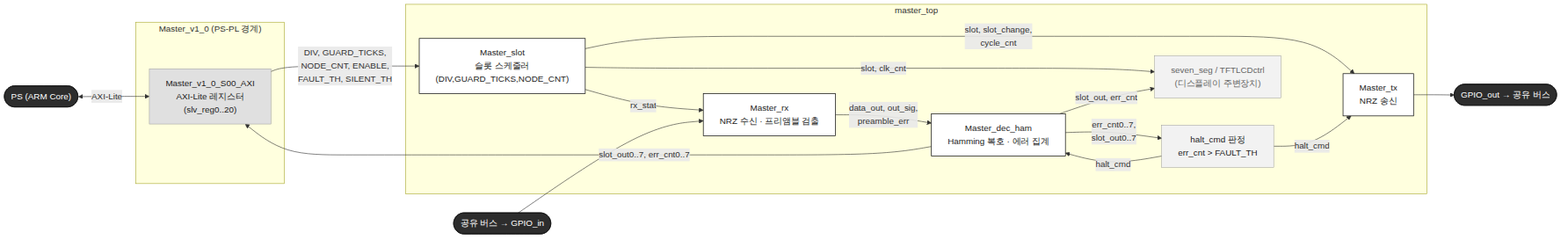
The Mermaid diagram diagrams/master_block.png in Woodong02/SoC_Design_and_Programming, before a commit. Its source is kept beside it as diagrams/master_block.mmd.
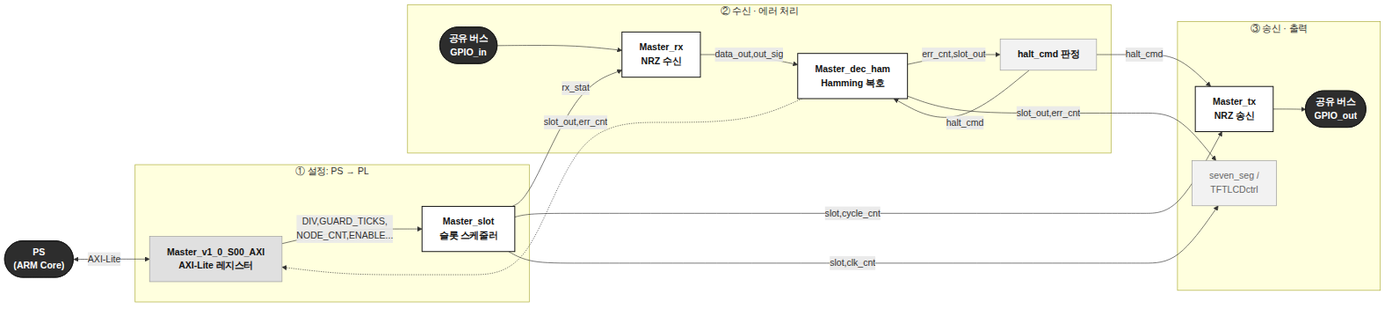
After the commit.

Commit message:
마스터 블록도 글자 크기 확대 및 레이아웃 정리 (4.5:1)

The edit, as a diff of the source:
```diff
@@ -1,42 +1,44 @@
+%%{init: {'themeVariables': {'fontSize': '26px'}}, 'flowchart': {'nodeSpacing': 40, 'rankSpacing': 60}}%%
 flowchart LR
-    PS(["PS (ARM Core)"]):::io
+    PS(["PS<br/>(ARM Core)"]):::io
 
-    subgraph V1 ["Master_v1_0 (PS-PL 경계)"]
+    subgraph STAGE1 ["① 설정: PS → PL"]
         direction TB
-        AXIREG["Master_v1_0_S00_AXI<br/>AXI-Lite 레지스터<br/>(slv_reg0..20)"]:::axi
+        AXIREG["Master_v1_0_S00_AXI<br/>AXI-Lite 레지스터"]:::axi
+        SLOT["Master_slot<br/>슬롯 스케줄러"]:::core
+        AXIREG -->|"DIV,GUARD_TICKS,<br/>NODE_CNT,ENABLE..."| SLOT
     end
 
-    subgraph TOP ["master_top"]
+    subgraph STAGE2 ["② 수신 · 에러 처리"]
         direction TB
-        SLOT["Master_slot<br/>슬롯 스케줄러<br/>(DIV,GUARD_TICKS,NODE_CNT)"]:::core
-        TX["Master_tx<br/>NRZ 송신"]:::core
-        RX["Master_rx<br/>NRZ 수신 · 프리앰블 검출"]:::core
-        DEC["Master_dec_ham<br/>Hamming 복호 · 에러 집계"]:::core
-        HALT["halt_cmd 판정<br/>err_cnt &gt; FAULT_TH"]:::logic
-        DISP["seven_seg / TFTLCDctrl<br/>(디스플레이 주변장치)"]:::periph
+        GPIOIN(["공유 버스<br/>GPIO_in"]):::io
+        RX["Master_rx<br/>NRZ 수신"]:::core
+        DEC["Master_dec_ham<br/>Hamming 복호"]:::core
+        HALT["halt_cmd 판정"]:::logic
+        GPIOIN --> RX
+        RX -->|"data_out,out_sig"| DEC
+        DEC -->|"err_cnt,slot_out"| HALT
     end
 
-    GPIO_OUT(["GPIO_out → 공유 버스"]):::io
-    GPIO_IN(["공유 버스 → GPIO_in"]):::io
+    subgraph STAGE3 ["③ 송신 · 출력"]
+        direction TB
+        TX["Master_tx<br/>NRZ 송신"]:::core
+        GPIOOUT(["공유 버스<br/>GPIO_out"]):::io
+        DISP["seven_seg /<br/>TFTLCDctrl"]:::periph
+        TX --> GPIOOUT
+    end
 
     PS <-->|"AXI-Lite"| AXIREG
-    AXIREG -->|"DIV, GUARD_TICKS,<br/>NODE_CNT, ENABLE,<br/>FAULT_TH, SILENT_TH"| SLOT
-    SLOT -->|"slot, slot_change,<br/>cycle_cnt"| TX
     SLOT -->|"rx_stat"| RX
-    SLOT -->|"slot, clk_cnt"| DISP
-
-    GPIO_IN --> RX
-    RX -->|"data_out, out_sig,<br/>preamble_err"| DEC
-    DEC -->|"err_cnt0..7,<br/>slot_out0..7"| HALT
+    SLOT -->|"slot,cycle_cnt"| TX
     HALT -->|"halt_cmd"| TX
     HALT -->|"halt_cmd"| DEC
-    TX --> GPIO_OUT
+    DEC -.->|"slot_out,err_cnt"| AXIREG
+    SLOT -->|"slot,clk_cnt"| DISP
+    DEC -->|"slot_out,err_cnt"| DISP
 
-    DEC -->|"slot_out, err_cnt"| DISP
-    DEC -->|"slot_out0..7, err_cnt0..7"| AXIREG
-
-    classDef io fill:#2D2D2D,stroke:#111111,color:#FFFFFF
-    classDef axi fill:#E0E0E0,stroke:#999999,stroke-width:0.8px,color:#222222
-    classDef core fill:#FFFFFF,stroke:#111111,stroke-width:1.2px,color:#222222
-    classDef logic fill:#F2F2F2,stroke:#999999,stroke-width:0.8px,color:#222222
-    classDef periph fill:#F2F2F2,stroke:#999999,stroke-width:0.8px,color:#666666
+    classDef io fill:#2D2D2D,stroke:#111111,color:#FFFFFF,font-weight:bold
+    classDef axi fill:#E0E0E0,stroke:#999999,stroke-width:1px,color:#111111,font-weight:bold
+    classDef core fill:#FFFFFF,stroke:#111111,stroke-width:1.5px,color:#111111,font-weight:bold
+    classDef logic fill:#F2F2F2,stroke:#999999,stroke-width:1px,color:#111111,font-weight:bold
+    classDef periph fill:#F2F2F2,stroke:#999999,stroke-width:1px,color:#666666
```
